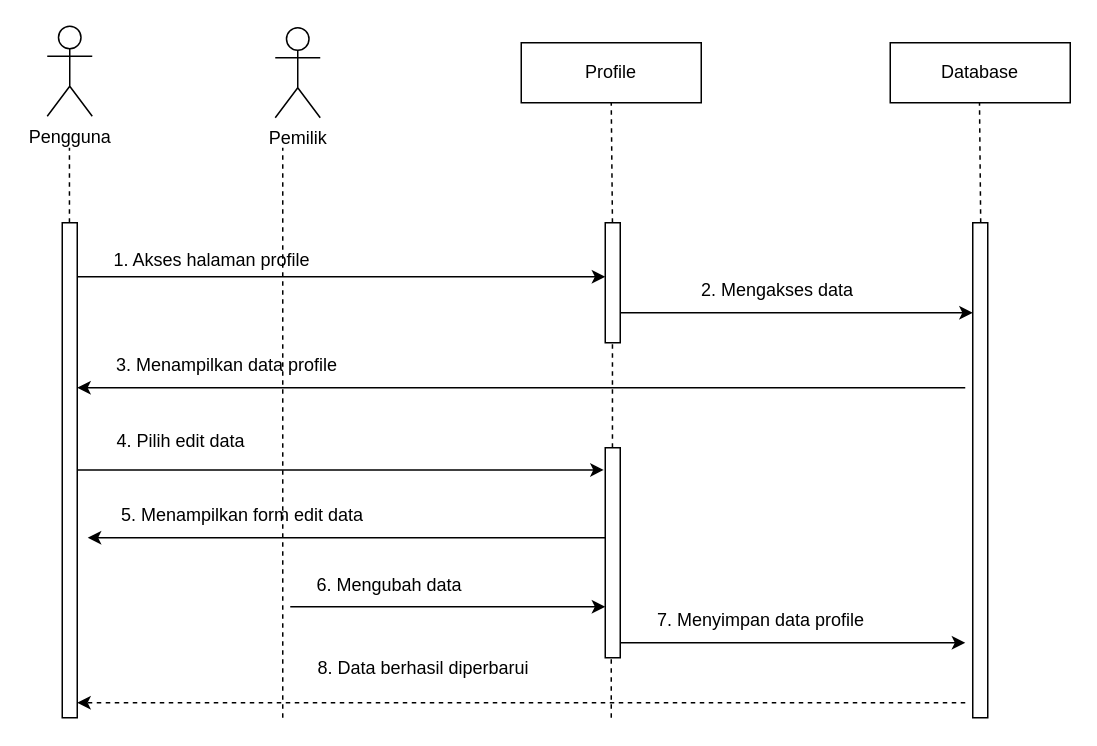
HANNN-YOLO/skripsi keeps this draw.io diagram as page "S.PROFILE" (20 of 21) of USE CASE KOST SAW TERBARU.drawio. Above is the earlier version. Source tidied: cells renumbered, new cells numbered last; positions are measured from the earlier drawing's top-left corner, leaving out a move shared by most shapes. Both pictures are drawn from the tidied source at 150%, with x=0, y=0 at pixel (26, 26).
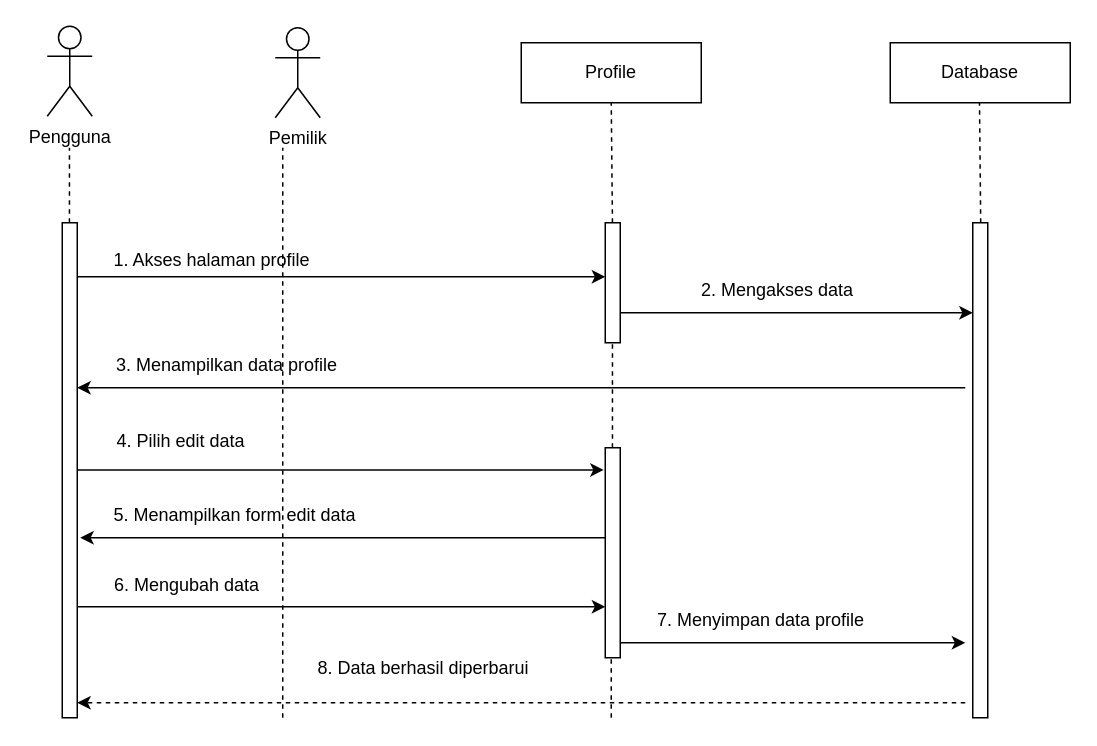
After the change.

The change refers to these unchanged cells:
```xml
<mxCell id="4" style="html=1;points=[[0,0,0,0,5],[0,1,0,0,-5],[1,0,0,0,5],[1,1,0,0,-5]];perimeter=orthogonalPerimeter;outlineConnect=0;targetShapes=umlLifeline;portConstraint=eastwest;newEdgeStyle={&quot;curved&quot;:0,&quot;rounded&quot;:0};" parent="1" vertex="1">
  <mxGeometry x="24" y="131" width="10" height="330" as="geometry" />
</mxCell>
```

The edit, as a diff of the source:
```diff
@@
     <mxCell id="17" value="5. Menampilkan form edit data&amp;nbsp;" style="text;html=1;whiteSpace=wrap;strokeColor=none;fillColor=none;align=center;verticalAlign=middle;rounded=0;" parent="1" vertex="1">
-      <mxGeometry x="41" y="311" width="210" height="30" as="geometry" />
+      <mxGeometry x="36" y="311" width="210" height="30" as="geometry" />
     </mxCell>
-    <mxCell id="18" style="endArrow=classic;html=1;rounded=0;" parent="1" edge="1">
+    <mxCell id="18" style="endArrow=classic;html=1;rounded=0;" parent="1" edge="1" source="4">
       <mxGeometry relative="1" as="geometry">
-        <mxPoint x="176" y="387" as="sourcePoint" />
         <mxPoint x="386" y="387" as="targetPoint" />
       </mxGeometry>
     </mxCell>
     <mxCell id="19" value="6. Mengubah data&amp;nbsp;" style="text;html=1;whiteSpace=wrap;strokeColor=none;fillColor=none;align=center;verticalAlign=middle;rounded=0;" parent="1" vertex="1">
-      <mxGeometry x="139" y="358" width="210" height="30" as="geometry" />
+      <mxGeometry x="4" y="358" width="210" height="30" as="geometry" />
     </mxCell>
```
